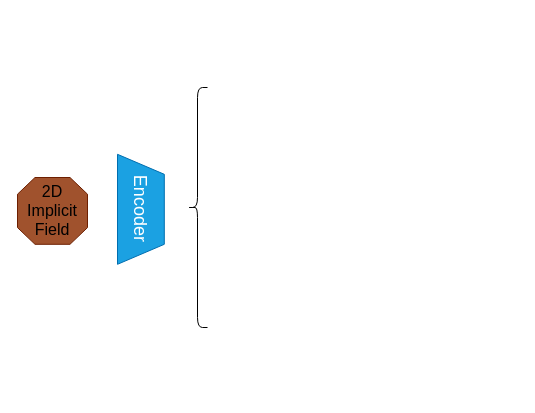
Before: img/2Dprofile.drawio in wenqi-wang20/img, a draw.io diagram. Source tidied: cells renumbered, new cells numbered last; positions are measured from the earlier drawing's top-left corner, leaving out a move shared by most shapes. Both pictures are drawn from the tidied source at 100%, with x=0, y=0 at pixel (17, 87).
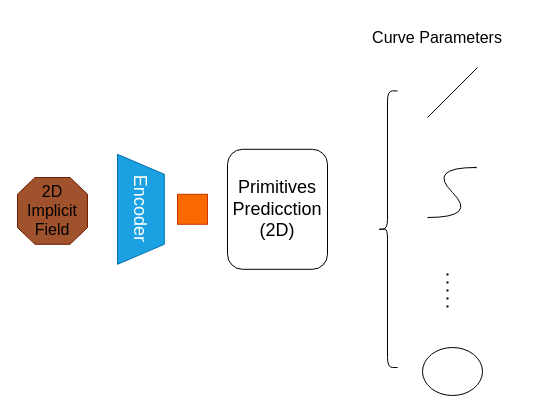
The same diagram, later.

Change to the diagram source:
```diff
@@
 <mxGraphModel>
   <root>
     <mxCell id="0" />
     <mxCell id="1" parent="0" />
     <mxCell id="2" style="group;" parent="1" vertex="1">
       <mxGeometry y="90" width="70" height="66.8" as="geometry" />
     </mxCell>
     <mxCell id="3" style="verticalLabelPosition=bottom;verticalAlign=top;html=1;shape=mxgraph.basic.polygon;polyCoords=[[0.25,0],[0.75,0],[1,0.25],[1,0.75],[0.75,1],[0.25,1],[0,0.75],[0,0.25]];polyline=0;fillColor=#a0522d;strokeColor=#6D1F00;fontColor=#ffffff;" parent="2" vertex="1">
       <mxGeometry width="70" height="66.8" as="geometry" />
     </mxCell>
     <mxCell id="4" value="&lt;font style=&quot;font-size: 16px;&quot;&gt;2D&lt;br&gt;Implicit&lt;br&gt;Field&lt;/font&gt;" style="text;html=1;strokeColor=none;fillColor=none;align=center;verticalAlign=middle;whiteSpace=wrap;rounded=0;" parent="2" vertex="1">
       <mxGeometry x="5" y="19.1" width="60" height="28.6" as="geometry" />
     </mxCell>
     <mxCell id="5" value="&lt;font style=&quot;font-size: 18px;&quot;&gt;Encoder&lt;/font&gt;" style="shape=trapezoid;perimeter=trapezoidPerimeter;whiteSpace=wrap;html=1;fixedSize=1;rotation=90;fillColor=#1ba1e2;fontColor=#ffffff;strokeColor=#006EAF;" parent="1" vertex="1">
       <mxGeometry x="68.4" y="98.4" width="110" height="46.8" as="geometry" />
     </mxCell>
     <mxCell id="6" style="shape=curlyBracket;whiteSpace=wrap;html=1;rounded=1;labelPosition=left;verticalLabelPosition=middle;align=right;verticalAlign=middle;" parent="1" vertex="1">
-      <mxGeometry x="170" width="20" height="240" as="geometry" />
+      <mxGeometry x="360" y="3.4" width="20" height="276.6" as="geometry" />
     </mxCell>
+    <mxCell id="7" style="rounded=0;whiteSpace=wrap;html=1;fillColor=#fa6800;fontColor=#000000;strokeColor=#C73500;" parent="1" vertex="1">
+      <mxGeometry x="160" y="106.8" width="30" height="30" as="geometry" />
+    </mxCell>
+    <mxCell id="8" value="&lt;span style=&quot;font-size: 18px;&quot;&gt;Primitives&lt;br&gt;Predicction&lt;br&gt;(2D)&lt;br&gt;&lt;/span&gt;" style="rounded=1;whiteSpace=wrap;html=1;" parent="1" vertex="1">
+      <mxGeometry x="210" y="61.8" width="100" height="120" as="geometry" />
+    </mxCell>
+    <mxCell id="9" style="endArrow=none;html=1;rounded=0;" parent="1" edge="1">
+      <mxGeometry relative="1" as="geometry">
+        <mxPoint x="410" y="30" as="sourcePoint" />
+        <mxPoint x="460" y="-20" as="targetPoint" />
+      </mxGeometry>
+    </mxCell>
+    <mxCell id="10" style="curved=1;endArrow=classic;html=1;rounded=0;endSize=0;startSize=0;" parent="1" edge="1">
+      <mxGeometry relative="1" as="geometry">
+        <mxPoint x="410" y="130" as="sourcePoint" />
+        <mxPoint x="460" y="80" as="targetPoint" />
+        <Array as="points">
+          <mxPoint x="460" y="130" />
+          <mxPoint x="410" y="80" />
+        </Array>
+      </mxGeometry>
+    </mxCell>
+    <mxCell id="11" style="ellipse;whiteSpace=wrap;html=1;" parent="1" vertex="1">
+      <mxGeometry x="405" y="260" width="60" height="48" as="geometry" />
+    </mxCell>
+    <mxCell id="12" value="&lt;font style=&quot;font-size: 16px;&quot;&gt;Curve Parameters&lt;/font&gt;" style="text;html=1;strokeColor=none;fillColor=none;align=center;verticalAlign=middle;whiteSpace=wrap;rounded=0;" parent="1" vertex="1">
+      <mxGeometry x="340" y="-70" width="160" height="40" as="geometry" />
+    </mxCell>
+    <mxCell id="13" style="endArrow=none;dashed=1;html=1;dashPattern=1 3;strokeWidth=2;rounded=0;" parent="1" edge="1">
+      <mxGeometry relative="1" as="geometry">
+        <mxPoint x="430" y="220" as="sourcePoint" />
+        <mxPoint x="430" y="180" as="targetPoint" />
+      </mxGeometry>
+    </mxCell>
   </root>
 </mxGraphModel>
```
